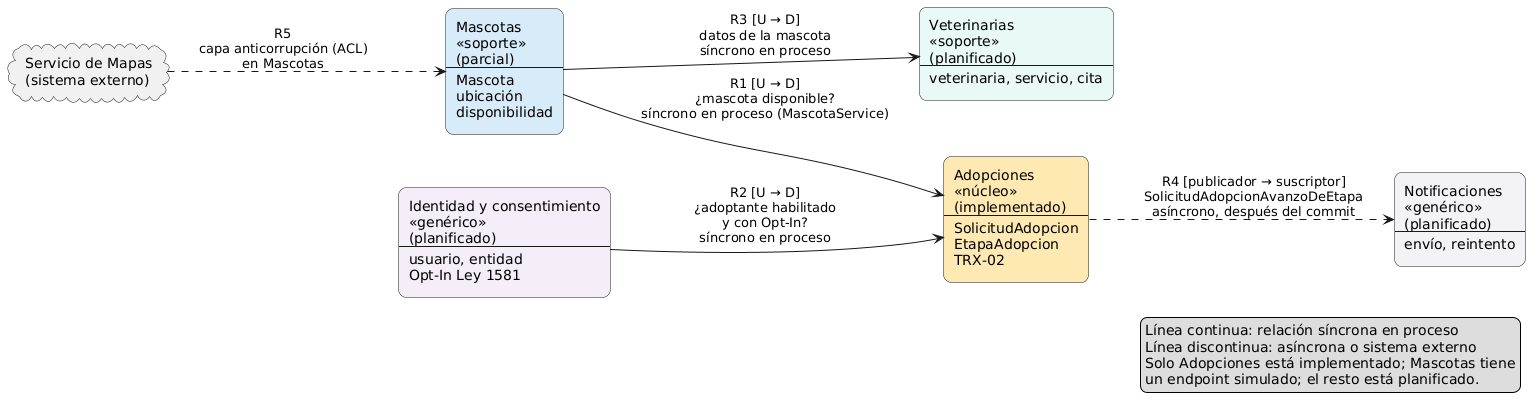
Above: docs/dominio/context-map.png in Charry21/PatitasUrbanas (PlantUML), before the change. Its source is kept beside it as docs/dominio/context-map.puml.
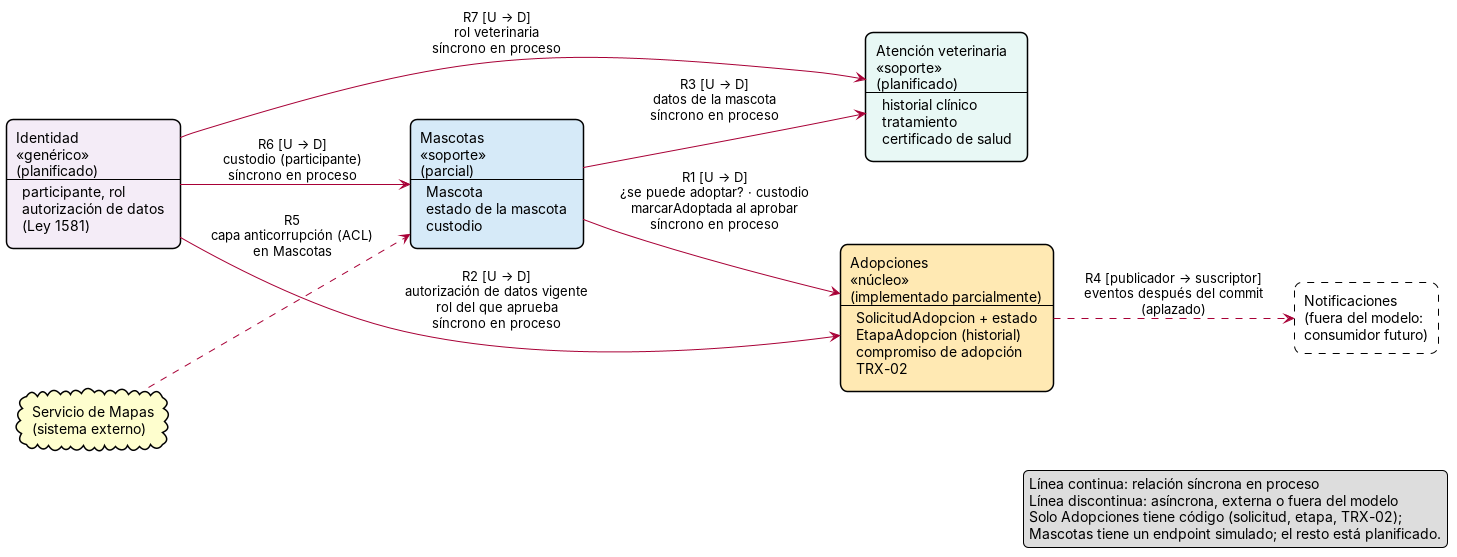
Later version of the same file.

Diff of the diagram source:
```diff
@@ -7,23 +7,25 @@
 }
 left to right direction
 
-rectangle "Adopciones\n<<núcleo>>\n(implementado)\n--\nSolicitudAdopcion\nEtapaAdopcion\nTRX-02" as ADO #FFE9B3
-rectangle "Mascotas\n<<soporte>>\n(parcial)\n--\nMascota\nubicación\ndisponibilidad" as MAS #D6EAF8
-rectangle "Veterinarias\n<<soporte>>\n(planificado)\n--\nveterinaria, servicio, cita" as VET #E8F8F5
-rectangle "Identidad y consentimiento\n<<genérico>>\n(planificado)\n--\nusuario, entidad\nOpt-In Ley 1581" as IDE #F4ECF7
-rectangle "Notificaciones\n<<genérico>>\n(planificado)\n--\nenvío, reintento" as NOT #F2F3F4
+rectangle "Identidad\n<<genérico>>\n(planificado)\n--\nparticipante, rol\nautorización de datos\n(Ley 1581)" as IDE #F4ECF7
+rectangle "Mascotas\n<<soporte>>\n(parcial)\n--\nMascota\nestado de la mascota\ncustodio" as MAS #D6EAF8
+rectangle "Adopciones\n<<núcleo>>\n(implementado parcialmente)\n--\nSolicitudAdopcion + estado\nEtapaAdopcion (historial)\ncompromiso de adopción\nTRX-02" as ADO #FFE9B3
+rectangle "Atención veterinaria\n<<soporte>>\n(planificado)\n--\nhistorial clínico\ntratamiento\ncertificado de salud" as VET #E8F8F5
+rectangle "Notificaciones\n(fuera del modelo:\nconsumidor futuro)" as NOT #FFFFFF;line.dashed
 cloud "Servicio de Mapas\n(sistema externo)" as MAPS
 
-MAS --> ADO : R1 [U → D]\n¿mascota disponible?\nsíncrono en proceso (MascotaService)
-IDE --> ADO : R2 [U → D]\n¿adoptante habilitado\ny con Opt-In?\nsíncrono en proceso
+MAS --> ADO : R1 [U → D]\n¿se puede adoptar? · custodio\nmarcarAdoptada al aprobar\nsíncrono en proceso
+IDE --> ADO : R2 [U → D]\nautorización de datos vigente\nrol del que aprueba\nsíncrono en proceso
 MAS --> VET : R3 [U → D]\ndatos de la mascota\nsíncrono en proceso
-ADO ..> NOT : R4 [publicador → suscriptor]\nSolicitudAdopcionAvanzoDeEtapa\nasíncrono, después del commit
+IDE --> MAS : R6 [U → D]\ncustodio (participante)\nsíncrono en proceso
+IDE --> VET : R7 [U → D]\nrol veterinaria\nsíncrono en proceso
+ADO ..> NOT : R4 [publicador → suscriptor]\neventos después del commit\n(aplazado)
 MAPS ..> MAS : R5\ncapa anticorrupción (ACL)\nen Mascotas
 
 legend right
   Línea continua: relación síncrona en proceso
-  Línea discontinua: asíncrona o sistema externo
-  Solo Adopciones está implementado; Mascotas tiene
-  un endpoint simulado; el resto está planificado.
+  Línea discontinua: asíncrona, externa o fuera del modelo
+  Solo Adopciones tiene código (solicitud, etapa, TRX-02);
+  Mascotas tiene un endpoint simulado; el resto está planificado.
 endlegend
 @enduml
```
